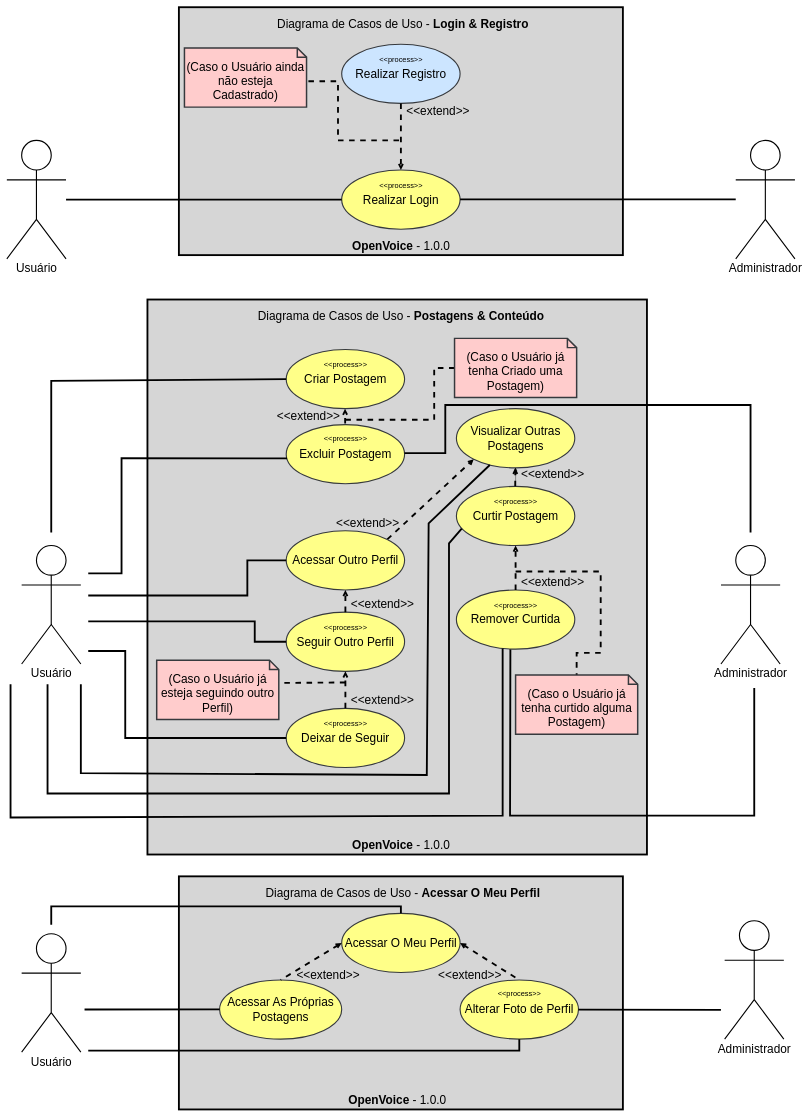
VerbalThree/OpenVoice keeps this draw.io diagram as misc/diagramas/Diagramas de Casos de Uso/Diagrama de Casos de Uso.drawio. Above is the earlier version. Source tidied: cells renumbered, new cells numbered last; positions are measured from the earlier drawing's top-left corner, leaving out a move shared by most shapes. Both pictures are drawn from the tidied source at 37%, with x=0, y=0 at pixel (7, 7).
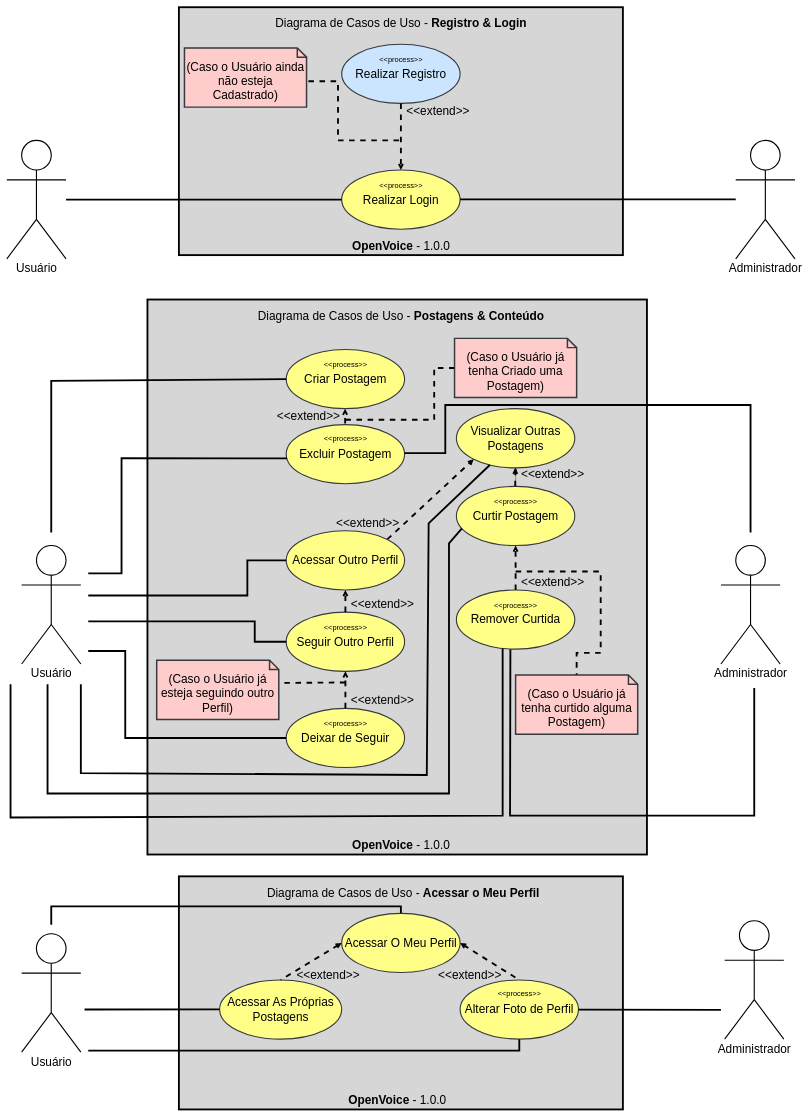
After the change.

The edit, as a diff of the source:
```diff
@@
-    <mxCell id="54" value="&lt;font style=&quot;font-size: 32px;&quot;&gt;Diagrama de Casos de Uso - &lt;b&gt;Login &amp;amp; Registro&lt;br&gt;&lt;/b&gt;&lt;/font&gt;" style="text;html=1;align=center;verticalAlign=middle;strokeColor=none;fillColor=none;" parent="1" vertex="1">
-      <mxGeometry x="720" y="20" width="700" height="50" as="geometry" />
+    <mxCell id="54" value="&lt;font style=&quot;font-size: 32px;&quot;&gt;Diagrama de Casos de Uso - &lt;b&gt;Registro &amp;amp; Login&lt;br&gt;&lt;/b&gt;&lt;/font&gt;" style="text;html=1;align=center;verticalAlign=middle;strokeColor=none;fillColor=none;" parent="1" vertex="1">
+      <mxGeometry x="717" y="17" width="696" height="50" as="geometry" />
     </mxCell>
@@
-    <mxCell id="64" value="&lt;font style=&quot;font-size: 32px;&quot;&gt;Diagrama de Casos de Uso - &lt;b&gt;Acessar O Meu Perfil&lt;br&gt;&lt;/b&gt;&lt;/font&gt;" style="text;html=1;align=center;verticalAlign=middle;strokeColor=none;fillColor=none;" parent="1" vertex="1">
-      <mxGeometry x="690" y="2369" width="760" height="50" as="geometry" />
+    <mxCell id="64" value="&lt;font style=&quot;font-size: 32px;&quot;&gt;Diagrama de Casos de Uso - &lt;b&gt;Acessar o Meu Perfil&lt;br&gt;&lt;/b&gt;&lt;/font&gt;" style="text;html=1;align=center;verticalAlign=middle;strokeColor=none;fillColor=none;" parent="1" vertex="1">
+      <mxGeometry x="694" y="2369" width="753" height="50" as="geometry" />
     </mxCell>
```
